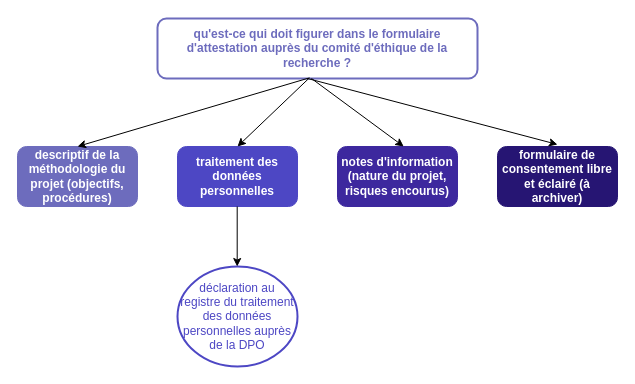
The draw.io diagram diagramme_comite_ethique.drawio.xml in damienbelveze/comite_ethique_diagramme, before the edit. Source tidied: cells renumbered, new cells numbered last; positions are measured from the earlier drawing's top-left corner, leaving out a move shared by most shapes. Both pictures are drawn from the tidied source at 100%, with x=0, y=0 at pixel (17, 18).
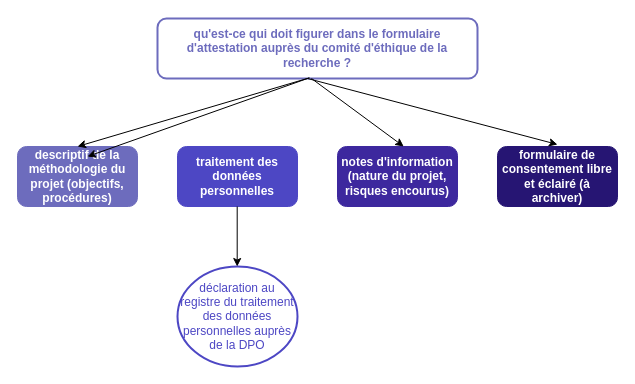
The same diagram, later.

Commit message (it also covers changes not shown here):
ajout diagramme xml

Diff of the diagram source:
```diff
@@
 <mxGraphModel>
   <root>
     <mxCell id="0" />
     <mxCell id="1" parent="0" />
     <mxCell id="2" value="qu'est-ce qui doit figurer dans le formulaire d'attestation auprès du comité d'éthique de la recherche ?" style="rounded=1;whiteSpace=wrap;html=1;strokeWidth=2;strokeColor=#6d6cbd;fontColor=#6d6cbd;fontStyle=1;" parent="1" vertex="1">
       <mxGeometry x="140" width="320" height="60" as="geometry" />
     </mxCell>
     <mxCell id="3" value="&lt;div&gt;descriptif de la méthodologie du projet (objectifs, procédures)&lt;/div&gt;" style="rounded=1;whiteSpace=wrap;html=1;gradientColor=none;fillColor=#6d6cbd;fontColor=#ffffff;fontStyle=1;strokeColor=#6d6cbd;" parent="1" vertex="1">
       <mxGeometry y="128" width="120" height="60" as="geometry" />
     </mxCell>
     <mxCell id="4" value="traitement des données personnelles" style="rounded=1;whiteSpace=wrap;html=1;strokeColor=#4d47c4;strokeWidth=1;fillColor=#4d47c4;fontStyle=1;fontColor=#ffffff;" parent="1" vertex="1">
       <mxGeometry x="160" y="128" width="120" height="60" as="geometry" />
     </mxCell>
     <mxCell id="5" value="notes d'information (nature du projet, risques encourus)" style="rounded=1;whiteSpace=wrap;html=1;fillColor=#3d289e;strokeColor=#3d289e;fontStyle=1;fontColor=#ffffff;" parent="1" vertex="1">
       <mxGeometry x="320" y="128" width="120" height="60" as="geometry" />
     </mxCell>
     <mxCell id="6" value="formulaire de consentement libre et éclairé (à archiver)" style="rounded=1;whiteSpace=wrap;html=1;fontColor=#ffffff;fillColor=#261573;strokeColor=#261573;fontStyle=1;" parent="1" vertex="1">
       <mxGeometry x="480" y="128" width="120" height="60" as="geometry" />
     </mxCell>
     <mxCell id="7" value="déclaration au registre du traitement des données personnelles auprès de la DPO" style="ellipse;whiteSpace=wrap;html=1;fontColor=#4d47c4;strokeColor=#4d47c4;strokeWidth=2;" parent="1" vertex="1">
       <mxGeometry x="160" y="248" width="120" height="100" as="geometry" />
     </mxCell>
     <mxCell id="8" style="endArrow=classic;html=1;rounded=0;entryX=0.297;entryY=0.943;entryDx=0;entryDy=0;entryPerimeter=0;exitX=0.473;exitY=0.992;exitDx=0;exitDy=0;exitPerimeter=0;" parent="1" edge="1" source="2">
       <mxGeometry relative="1" as="geometry">
         <mxPoint x="60" y="128" as="targetPoint" />
       </mxGeometry>
     </mxCell>
-    <mxCell id="9" style="endArrow=classic;html=1;rounded=0;entryX=0.5;entryY=0;entryDx=0;entryDy=0;exitX=0.475;exitY=0.988;exitDx=0;exitDy=0;exitPerimeter=0;" parent="1" edge="1" source="2" target="4">
-      <mxGeometry relative="1" as="geometry" />
+    <mxCell id="9" style="endArrow=classic;html=1;rounded=0;entryX=0.5;entryY=0;entryDx=0;entryDy=0;exitX=0.475;exitY=0.988;exitDx=0;exitDy=0;exitPerimeter=0;" parent="1" edge="1" source="2">
+      <mxGeometry relative="1" as="geometry">
+        <mxPoint x="70" y="138" as="targetPoint" />
+      </mxGeometry>
     </mxCell>
     <mxCell id="10" style="endArrow=classic;html=1;rounded=0;entryX=0.5;entryY=0;entryDx=0;entryDy=0;exitX=0.462;exitY=1.049;exitDx=0;exitDy=0;exitPerimeter=0;" parent="1" edge="1">
       <mxGeometry relative="1" as="geometry">
         <mxPoint x="294" y="60" as="sourcePoint" />
         <mxPoint x="386.2" y="128" as="targetPoint" />
       </mxGeometry>
     </mxCell>
     <mxCell id="11" style="endArrow=classic;html=1;rounded=0;entryX=0.5;entryY=0;entryDx=0;entryDy=0;" parent="1" edge="1">
       <mxGeometry relative="1" as="geometry">
         <mxPoint x="290" y="60" as="sourcePoint" />
         <mxPoint x="540" y="126" as="targetPoint" />
       </mxGeometry>
     </mxCell>
     <mxCell id="12" style="endArrow=classic;html=1;rounded=0;" parent="1" edge="1">
       <mxGeometry relative="1" as="geometry">
         <mxPoint x="219.7" y="188" as="sourcePoint" />
         <mxPoint x="219.7" y="248" as="targetPoint" />
       </mxGeometry>
     </mxCell>
   </root>
 </mxGraphModel>
```
